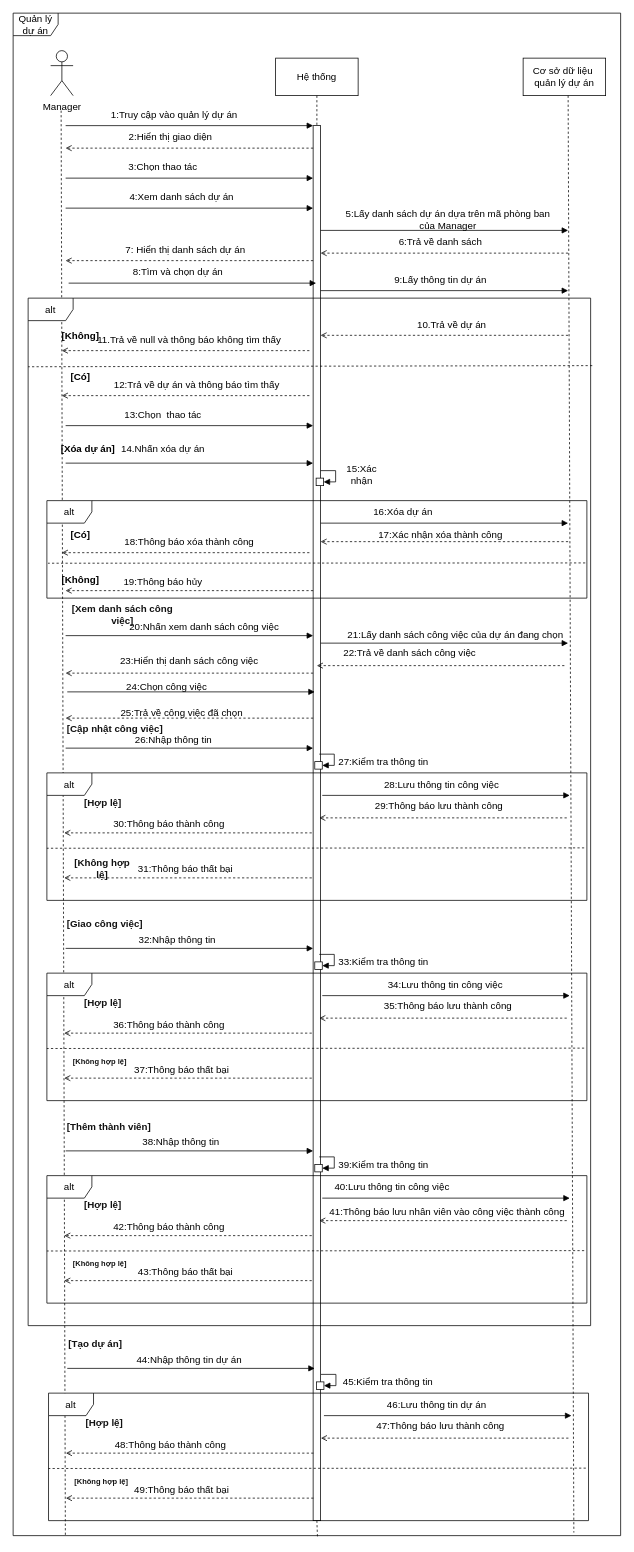
Above: QuanLyDuAn_sequance.drawio in hoangda24312/Group4-DesigningSystem (draw.io), before the change. Source tidied: cells renumbered, new cells numbered last; positions are measured from the earlier drawing's top-left corner, leaving out a move shared by most shapes. Both pictures are drawn from the tidied source at 75%, with x=0, y=0 at pixel (13, 13).
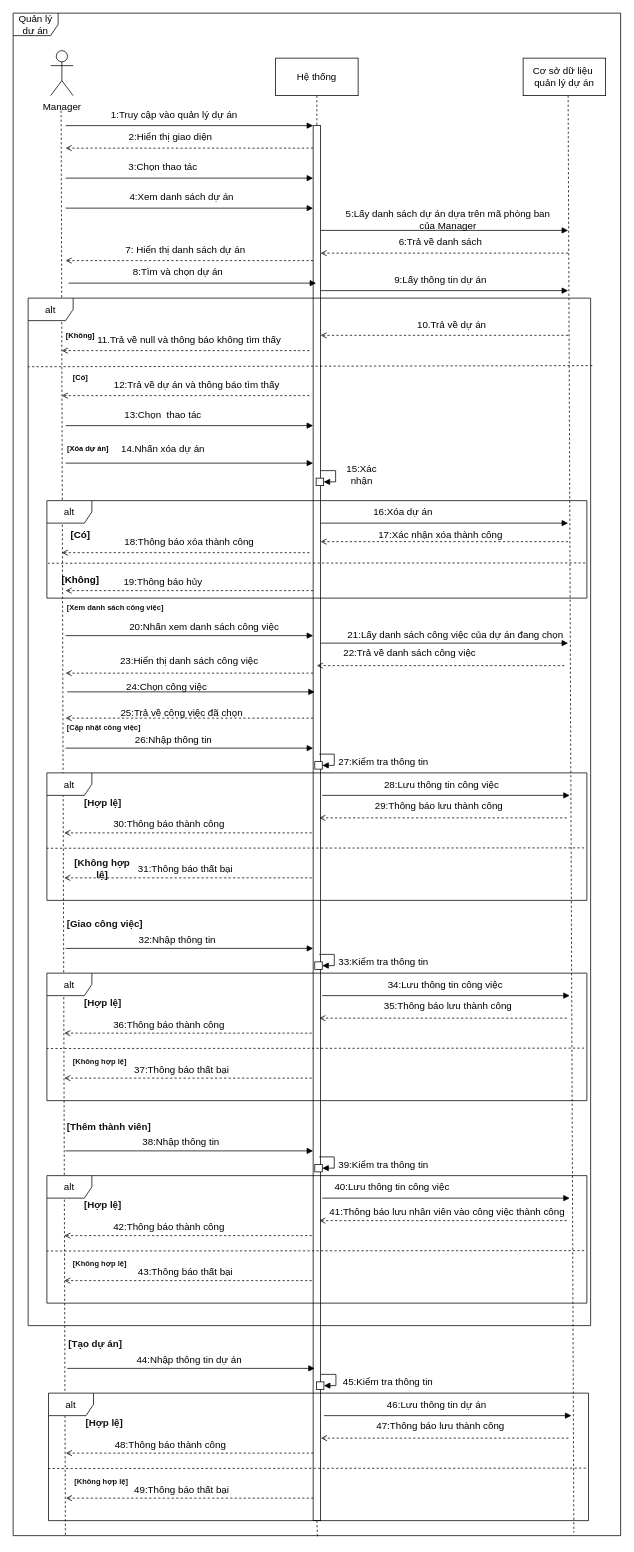
After the change.

The edit, as a diff of the source:
```diff
@@
-    <mxCell id="32" value="&lt;b&gt;[Không]&lt;/b&gt;" style="text;html=1;whiteSpace=wrap;strokeColor=none;fillColor=none;align=center;verticalAlign=middle;rounded=0;fontSize=13;" parent="1" vertex="1">
+    <mxCell id="32" value="&lt;b&gt;[Không]&lt;/b&gt;" style="text;html=1;whiteSpace=wrap;strokeColor=none;fillColor=none;align=center;verticalAlign=middle;rounded=0;fontSize=10;" parent="1" vertex="1">
       <mxGeometry x="20" y="415" width="140" height="30" as="geometry" />
     </mxCell>
@@
-    <mxCell id="36" value="&lt;b&gt;[Có]&lt;/b&gt;" style="text;html=1;whiteSpace=wrap;strokeColor=none;fillColor=none;align=center;verticalAlign=middle;rounded=0;fontSize=13;" parent="1" vertex="1">
+    <mxCell id="36" value="&lt;b&gt;[Có]&lt;/b&gt;" style="text;html=1;whiteSpace=wrap;strokeColor=none;fillColor=none;align=center;verticalAlign=middle;rounded=0;fontSize=10;" parent="1" vertex="1">
       <mxGeometry x="20" y="470" width="140" height="30" as="geometry" />
     </mxCell>
@@
-    <mxCell id="43" value="&lt;b&gt;[Xóa dự án]&lt;/b&gt;" style="text;html=1;whiteSpace=wrap;strokeColor=none;fillColor=none;align=center;verticalAlign=middle;rounded=0;fontSize=13;" parent="1" vertex="1">
+    <mxCell id="43" value="&lt;b&gt;[Xóa dự án]&lt;/b&gt;" style="text;html=1;whiteSpace=wrap;strokeColor=none;fillColor=none;align=center;verticalAlign=middle;rounded=0;fontSize=10;" parent="1" vertex="1">
       <mxGeometry x="30" y="565" width="140" height="30" as="geometry" />
     </mxCell>
@@
-    <mxCell id="84" value="&lt;div style=&quot;text-align: center;&quot;&gt;&lt;font color=&quot;#121212&quot;&gt;&lt;span&gt;&lt;b&gt;[Xem danh sách công việc]&lt;/b&gt;&lt;/span&gt;&lt;/font&gt;&lt;/div&gt;" style="text;whiteSpace=wrap;html=1;fontSize=13;" parent="1" vertex="1">
+    <mxCell id="84" value="&lt;div style=&quot;text-align: center;&quot;&gt;&lt;font color=&quot;#121212&quot;&gt;&lt;span&gt;&lt;b&gt;[Xem danh sách công việc]&lt;/b&gt;&lt;/span&gt;&lt;/font&gt;&lt;/div&gt;" style="text;whiteSpace=wrap;html=1;fontSize=10;" parent="1" vertex="1">
       <mxGeometry x="70" y="780" width="150" height="40" as="geometry" />
     </mxCell>
@@
-    <mxCell id="89" value="&lt;div style=&quot;text-align: center;&quot;&gt;&lt;font color=&quot;#121212&quot;&gt;&lt;span&gt;&lt;b&gt;[Cập nhật công việc]&lt;/b&gt;&lt;/span&gt;&lt;/font&gt;&lt;/div&gt;" style="text;whiteSpace=wrap;html=1;fontSize=13;" parent="1" vertex="1">
+    <mxCell id="89" value="&lt;div style=&quot;text-align: center;&quot;&gt;&lt;font color=&quot;#121212&quot;&gt;&lt;span&gt;&lt;b&gt;[Cập nhật công việc]&lt;/b&gt;&lt;/span&gt;&lt;/font&gt;&lt;/div&gt;" style="text;whiteSpace=wrap;html=1;fontSize=10;" parent="1" vertex="1">
       <mxGeometry x="70" y="940" width="150" height="40" as="geometry" />
     </mxCell>
```
